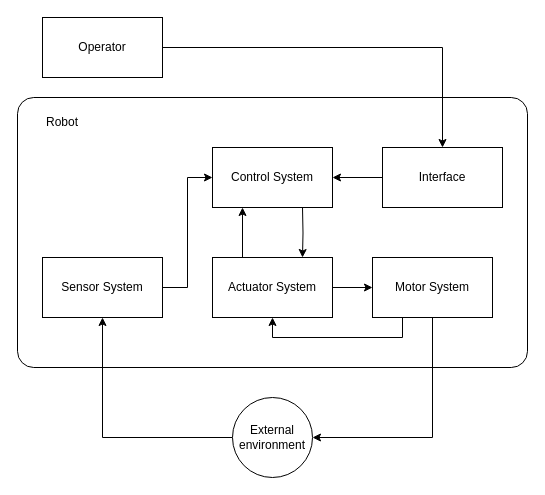
The draw.io diagram Src/extra/Robot Structural sheme.drawio in foxybbb/diploma-bachelor, before the edit. Source tidied: cells renumbered, new cells numbered last; positions are measured from the earlier drawing's top-left corner, leaving out a move shared by most shapes. Both pictures are drawn from the tidied source at 100%, with x=0, y=0 at pixel (17, 17).
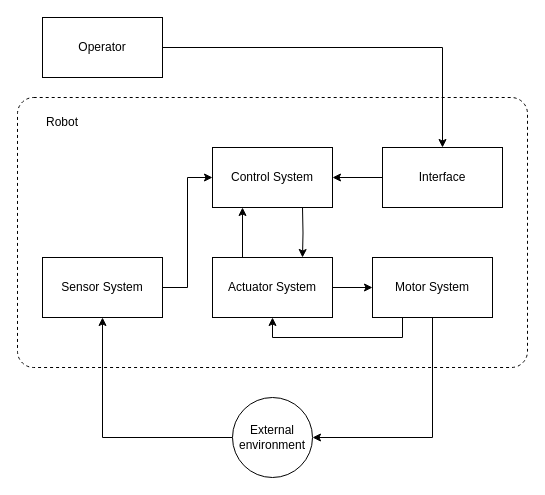
Above is the later version.

Diff of the diagram source:
```diff
@@
-    <mxCell id="2" style="rounded=1;whiteSpace=wrap;html=1;fillColor=none;arcSize=6;" parent="1" vertex="1">
+    <mxCell id="2" style="rounded=1;whiteSpace=wrap;html=1;fillColor=none;arcSize=6;dashed=1;" parent="1" vertex="1">
       <mxGeometry y="80" width="510" height="270" as="geometry" />
     </mxCell>
```
